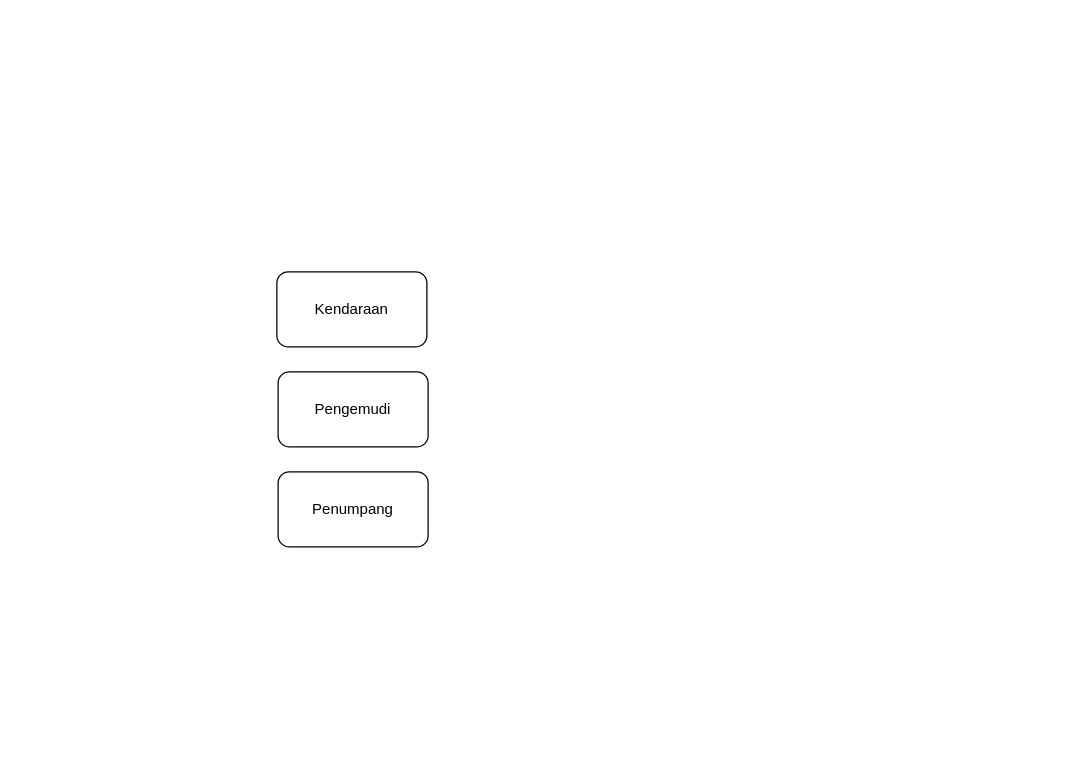
Before: page "Page-2" (2 of 3) of Untitled Diagram.drawio in azzaky9/api_sumatif, a draw.io diagram. Source tidied: cells renumbered, new cells numbered last; positions are measured from the earlier drawing's top-left corner, leaving out a move shared by most shapes. Both pictures are drawn from the tidied source at 125%, with x=0, y=0 at pixel (276, 271).
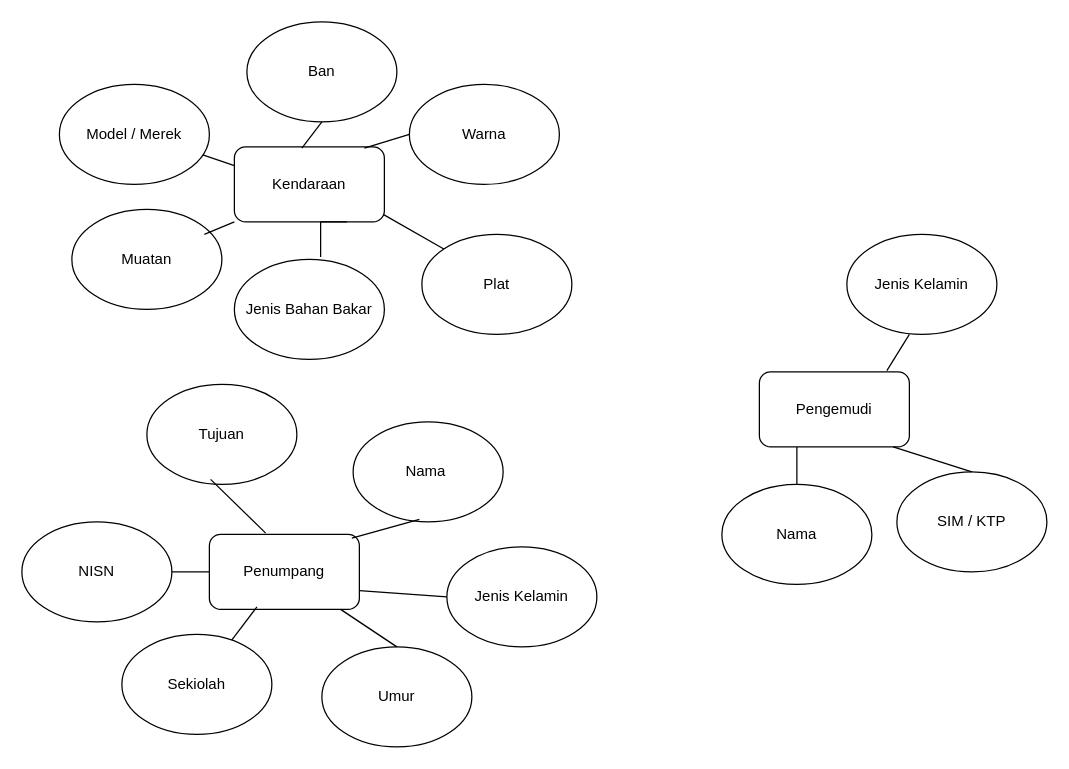
The same diagram, later.

The edit, as a diff of the source:
```diff
@@
     <mxCell id="2" value="Penumpang" style="rounded=1;whiteSpace=wrap;html=1;" parent="1" vertex="1">
-      <mxGeometry x="1" y="160" width="120" height="60" as="geometry" />
+      <mxGeometry x="-54" y="210" width="120" height="60" as="geometry" />
     </mxCell>
+    <mxCell id="5" style="rounded=0;jettySize=auto;html=1;exitX=0.25;exitY=1;exitDx=0;exitDy=0;entryX=0.5;entryY=0;entryDx=0;entryDy=0;endArrow=none;endFill=0;" parent="1" edge="1" source="3" target="20">
+      <mxGeometry relative="1" as="geometry" />
+    </mxCell>
     <mxCell id="3" value="Pengemudi" style="rounded=1;whiteSpace=wrap;html=1;" parent="1" vertex="1">
-      <mxGeometry x="1" y="80" width="120" height="60" as="geometry" />
+      <mxGeometry x="386" y="80" width="120" height="60" as="geometry" />
     </mxCell>
+    <mxCell id="6" style="rounded=0;jettySize=auto;html=1;exitX=0;exitY=0.25;exitDx=0;exitDy=0;endArrow=none;endFill=0;" parent="1" edge="1" source="4" target="8">
+      <mxGeometry relative="1" as="geometry" />
+    </mxCell>
     <mxCell id="4" value="Kendaraan" style="rounded=1;whiteSpace=wrap;html=1;" parent="1" vertex="1">
-      <mxGeometry width="120" height="60" as="geometry" />
+      <mxGeometry x="-34" y="-100" width="120" height="60" as="geometry" />
     </mxCell>
+    <mxCell id="7" value="Ban" style="ellipse;whiteSpace=wrap;html=1;" parent="1" vertex="1">
+      <mxGeometry x="-24" y="-200" width="120" height="80" as="geometry" />
+    </mxCell>
+    <mxCell id="8" value="Model / Merek" style="ellipse;whiteSpace=wrap;html=1;" parent="1" vertex="1">
+      <mxGeometry x="-174" y="-150" width="120" height="80" as="geometry" />
+    </mxCell>
+    <mxCell id="9" value="Muatan" style="ellipse;whiteSpace=wrap;html=1;" parent="1" vertex="1">
+      <mxGeometry x="-164" y="-50" width="120" height="80" as="geometry" />
+    </mxCell>
+    <mxCell id="10" value="Warna" style="ellipse;whiteSpace=wrap;html=1;" parent="1" vertex="1">
+      <mxGeometry x="106" y="-150" width="120" height="80" as="geometry" />
+    </mxCell>
+    <mxCell id="11" value="Jenis Bahan Bakar" style="ellipse;whiteSpace=wrap;html=1;" parent="1" vertex="1">
+      <mxGeometry x="-34" y="-10" width="120" height="80" as="geometry" />
+    </mxCell>
+    <mxCell id="12" style="rounded=0;jettySize=auto;html=1;exitX=0.5;exitY=1;exitDx=0;exitDy=0;entryX=0.45;entryY=0.017;entryDx=0;entryDy=0;entryPerimeter=0;endArrow=none;endFill=0;" parent="1" edge="1" source="7" target="4">
+      <mxGeometry relative="1" as="geometry" />
+    </mxCell>
+    <mxCell id="13" style="rounded=0;jettySize=auto;html=1;entryX=0.867;entryY=0.017;entryDx=0;entryDy=0;entryPerimeter=0;endArrow=none;endFill=0;" parent="1" edge="1" target="4">
+      <mxGeometry relative="1" as="geometry">
+        <mxPoint x="106" y="-110" as="sourcePoint" />
+      </mxGeometry>
+    </mxCell>
+    <mxCell id="14" style="edgeStyle=orthogonalEdgeStyle;rounded=0;jettySize=auto;html=1;exitX=0.75;exitY=1;exitDx=0;exitDy=0;entryX=0.575;entryY=-0.025;entryDx=0;entryDy=0;entryPerimeter=0;endArrow=none;endFill=0;" parent="1" edge="1" source="4" target="11">
+      <mxGeometry relative="1" as="geometry" />
+    </mxCell>
+    <mxCell id="15" style="rounded=0;jettySize=auto;html=1;exitX=0;exitY=1;exitDx=0;exitDy=0;entryX=0.883;entryY=0.25;entryDx=0;entryDy=0;entryPerimeter=0;endArrow=none;endFill=0;" parent="1" edge="1" source="4" target="9">
+      <mxGeometry relative="1" as="geometry" />
+    </mxCell>
+    <mxCell id="16" value="Jenis Kelamin" style="ellipse;whiteSpace=wrap;html=1;" parent="1" vertex="1">
+      <mxGeometry x="456" y="-30" width="120" height="80" as="geometry" />
+    </mxCell>
+    <mxCell id="17" style="endArrow=none;html=1;rounded=0;exitX=0.85;exitY=-0.017;exitDx=0;exitDy=0;exitPerimeter=0;" parent="1" edge="1" source="3">
+      <mxGeometry relative="1" as="geometry">
+        <mxPoint x="506" y="50" as="targetPoint" />
+      </mxGeometry>
+    </mxCell>
+    <mxCell id="18" value="SIM / KTP" style="ellipse;whiteSpace=wrap;html=1;" parent="1" vertex="1">
+      <mxGeometry x="496" y="160" width="120" height="80" as="geometry" />
+    </mxCell>
+    <mxCell id="19" style="endArrow=none;html=1;rounded=0;exitX=0.5;exitY=0;exitDx=0;exitDy=0;entryX=0.892;entryY=1;entryDx=0;entryDy=0;entryPerimeter=0;" parent="1" edge="1" source="18" target="3">
+      <mxGeometry relative="1" as="geometry" />
+    </mxCell>
+    <mxCell id="20" value="Nama" style="ellipse;whiteSpace=wrap;html=1;" parent="1" vertex="1">
+      <mxGeometry x="356" y="170" width="120" height="80" as="geometry" />
+    </mxCell>
+    <mxCell id="21" value="NISN" style="ellipse;whiteSpace=wrap;html=1;" parent="1" vertex="1">
+      <mxGeometry x="-204" y="200" width="120" height="80" as="geometry" />
+    </mxCell>
+    <mxCell id="22" value="Plat" style="ellipse;whiteSpace=wrap;html=1;" parent="1" vertex="1">
+      <mxGeometry x="116" y="-30" width="120" height="80" as="geometry" />
+    </mxCell>
+    <mxCell id="23" style="endArrow=none;html=1;rounded=0;exitX=0.992;exitY=0.9;exitDx=0;exitDy=0;exitPerimeter=0;entryX=0;entryY=0;entryDx=0;entryDy=0;" parent="1" edge="1" source="4" target="22">
+      <mxGeometry relative="1" as="geometry" />
+    </mxCell>
+    <mxCell id="24" style="endArrow=none;html=1;rounded=0;exitX=1;exitY=0.5;exitDx=0;exitDy=0;entryX=0;entryY=0.5;entryDx=0;entryDy=0;" parent="1" edge="1" source="21" target="2">
+      <mxGeometry relative="1" as="geometry" />
+    </mxCell>
+    <mxCell id="25" value="Jenis Kelamin" style="ellipse;whiteSpace=wrap;html=1;" parent="1" vertex="1">
+      <mxGeometry x="136" y="220" width="120" height="80" as="geometry" />
+    </mxCell>
+    <mxCell id="26" style="endArrow=none;html=1;rounded=0;entryX=1;entryY=0.75;entryDx=0;entryDy=0;" parent="1" edge="1" target="2">
+      <mxGeometry relative="1" as="geometry">
+        <mxPoint x="136" y="260" as="sourcePoint" />
+      </mxGeometry>
+    </mxCell>
+    <mxCell id="27" value="Nama&amp;nbsp;" style="ellipse;whiteSpace=wrap;html=1;" parent="1" vertex="1">
+      <mxGeometry x="61" y="120" width="120" height="80" as="geometry" />
+    </mxCell>
+    <mxCell id="28" value="Umur" style="ellipse;whiteSpace=wrap;html=1;" parent="1" vertex="1">
+      <mxGeometry x="36" y="300" width="120" height="80" as="geometry" />
+    </mxCell>
+    <mxCell id="29" style="endArrow=none;html=1;rounded=0;exitX=0.95;exitY=0.05;exitDx=0;exitDy=0;exitPerimeter=0;entryX=0.442;entryY=0.975;entryDx=0;entryDy=0;entryPerimeter=0;" parent="1" edge="1" source="2" target="27">
+      <mxGeometry relative="1" as="geometry" />
+    </mxCell>
+    <mxCell id="30" style="endArrow=none;html=1;rounded=0;exitX=0.5;exitY=0;exitDx=0;exitDy=0;" parent="1" edge="1" source="28" target="2">
+      <mxGeometry relative="1" as="geometry" />
+    </mxCell>
+    <mxCell id="31" value="Sekiolah" style="ellipse;whiteSpace=wrap;html=1;" parent="1" vertex="1">
+      <mxGeometry x="-124" y="290" width="120" height="80" as="geometry" />
+    </mxCell>
+    <mxCell id="32" value="Tujuan" style="ellipse;whiteSpace=wrap;html=1;" parent="1" vertex="1">
+      <mxGeometry x="-104" y="90" width="120" height="80" as="geometry" />
+    </mxCell>
+    <mxCell id="33" style="endArrow=none;html=1;rounded=0;exitX=0.375;exitY=-0.017;exitDx=0;exitDy=0;exitPerimeter=0;entryX=0.425;entryY=0.95;entryDx=0;entryDy=0;entryPerimeter=0;" parent="1" edge="1" source="2" target="32">
+      <mxGeometry relative="1" as="geometry" />
+    </mxCell>
+    <mxCell id="34" style="endArrow=none;html=1;rounded=0;entryX=0.317;entryY=0.967;entryDx=0;entryDy=0;entryPerimeter=0;" parent="1" edge="1" source="31" target="2">
+      <mxGeometry relative="1" as="geometry" />
+    </mxCell>
```
